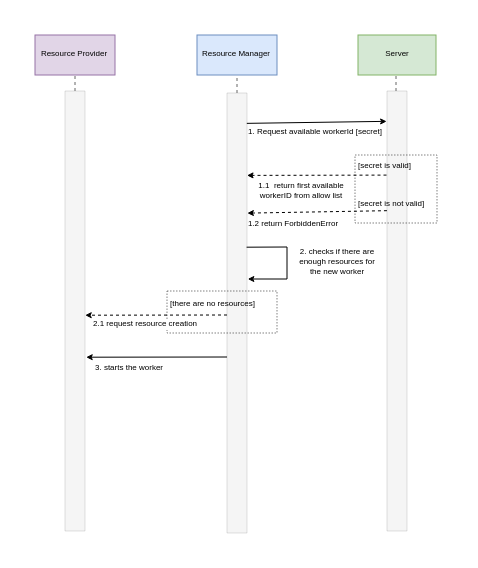
The draw.io diagram page "RESOURCE CREATION" (5 of 6) of Untitled Diagram.drawio in viniciusbds/diagrams, before the edit. Source tidied: cells renumbered, new cells numbered last; positions are measured from the earlier drawing's top-left corner, leaving out a move shared by most shapes. Both pictures are drawn from the tidied source at 200%, with x=0, y=0 at pixel (34, 34).
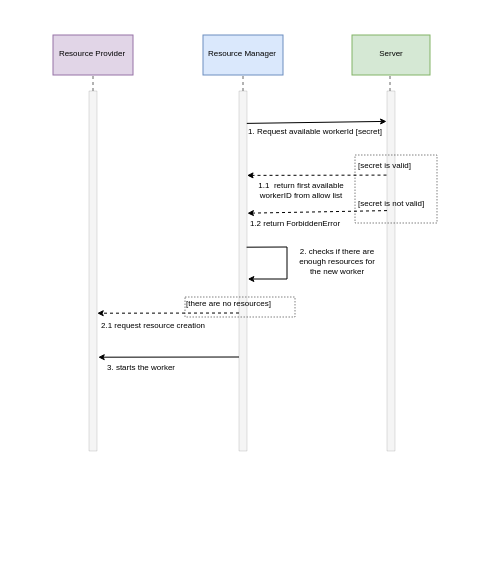
Above is the later version.

Change to the diagram source:
```diff
@@
-    <mxCell id="2" style="edgeStyle=orthogonalEdgeStyle;rounded=0;jettySize=auto;html=1;exitX=0.5;exitY=0;exitDx=0;exitDy=0;endArrow=none;endFill=0;dashed=1;strokeWidth=0.5;fillColor=#f5f5f5;strokeColor=#666666;" parent="1" edge="1" source="3">
-      <mxGeometry relative="1" as="geometry">
-        <mxPoint x="101" y="8" as="targetPoint" />
-      </mxGeometry>
-    </mxCell>
-    <mxCell id="3" style="rounded=0;whiteSpace=wrap;html=1;fillColor=#f5f5f5;fontColor=#333333;strokeColor=#666666;strokeWidth=0;" parent="1" vertex="1">
-      <mxGeometry x="96" y="29" width="10" height="220" as="geometry" />
-    </mxCell>
+    <mxCell id="28" style="rounded=0;whiteSpace=wrap;html=1;fillColor=#f5f5f5;fontColor=#333333;strokeColor=#666666;strokeWidth=0;" parent="1" vertex="1">
+      <mxGeometry x="176" y="28" width="4" height="180" as="geometry" />
+    </mxCell>
+    <mxCell id="29" style="rounded=0;whiteSpace=wrap;html=1;fillColor=#f5f5f5;fontColor=#333333;strokeColor=#666666;strokeWidth=0;" parent="1" vertex="1">
+      <mxGeometry x="102" y="28" width="4" height="180" as="geometry" />
+    </mxCell>
     <mxCell id="4" value="&lt;font style=&quot;font-size: 4px;&quot;&gt;Resource Manager&lt;/font&gt;" style="rounded=0;whiteSpace=wrap;html=1;strokeWidth=0.5;fillColor=#dae8fc;strokeColor=#6c8ebf;fontColor=default;align=center;verticalAlign=middle;spacing=2;fontSize=4;" parent="1" vertex="1">
-      <mxGeometry x="81" width="40" height="20" as="geometry" />
+      <mxGeometry x="84" width="40" height="20" as="geometry" />
     </mxCell>
     <mxCell id="5" value="&lt;font style=&quot;font-size: 4px;&quot;&gt;Server&lt;/font&gt;" style="rounded=0;whiteSpace=wrap;html=1;strokeWidth=0.5;fillColor=#d5e8d4;strokeColor=#82b366;verticalAlign=middle;fontSize=4;" parent="1" vertex="1">
-      <mxGeometry x="161.5" width="39" height="20" as="geometry" />
+      <mxGeometry x="158.5" width="39" height="20" as="geometry" />
     </mxCell>
-    <mxCell id="6" style="edgeStyle=orthogonalEdgeStyle;rounded=0;jettySize=auto;html=1;exitX=0.5;exitY=0;exitDx=0;exitDy=0;endArrow=none;endFill=0;dashed=1;strokeWidth=0.5;fillColor=#f5f5f5;strokeColor=#666666;entryX=0.5;entryY=1;entryDx=0;entryDy=0;" parent="1" edge="1" source="7">
+    <mxCell id="6" style="edgeStyle=orthogonalEdgeStyle;rounded=0;orthogonalLoop=1;jettySize=auto;html=1;exitX=0.5;exitY=0;exitDx=0;exitDy=0;endArrow=none;endFill=0;dashed=1;strokeWidth=0.5;fillColor=#f5f5f5;strokeColor=#666666;entryX=0.5;entryY=1;entryDx=0;entryDy=0;" parent="1" edge="1">
       <mxGeometry relative="1" as="geometry">
-        <mxPoint x="180.5" y="20" as="targetPoint" />
+        <mxPoint x="178" y="28" as="sourcePoint" />
+        <mxPoint x="177.5" y="20" as="targetPoint" />
         <Array as="points">
-          <mxPoint x="181" y="20" />
+          <mxPoint x="178" y="20" />
         </Array>
       </mxGeometry>
     </mxCell>
-    <mxCell id="7" style="rounded=0;whiteSpace=wrap;html=1;fillColor=#f5f5f5;fontColor=#333333;strokeColor=#666666;strokeWidth=0;" parent="1" vertex="1">
-      <mxGeometry x="176" y="28" width="10" height="220" as="geometry" />
-    </mxCell>
-    <mxCell id="8" style="endArrow=classic;html=1;rounded=0;fontSize=6;fontColor=#FFFFFF;strokeWidth=0.5;exitX=0.991;exitY=0.069;exitDx=0;exitDy=0;exitPerimeter=0;entryX=-0.019;entryY=0.069;entryDx=0;entryDy=0;entryPerimeter=0;endSize=2;" parent="1" edge="1" source="3" target="7">
-      <mxGeometry relative="1" as="geometry" />
+    <mxCell id="8" style="endArrow=classic;html=1;rounded=0;fontSize=6;fontColor=#FFFFFF;strokeWidth=0.5;exitX=0.991;exitY=0.069;exitDx=0;exitDy=0;exitPerimeter=0;entryX=-0.019;entryY=0.069;entryDx=0;entryDy=0;entryPerimeter=0;endSize=2;" parent="1" edge="1">
+      <mxGeometry relative="1" as="geometry">
+        <mxPoint x="105.9" y="44.2" as="sourcePoint" />
+        <mxPoint x="175.8" y="43.2" as="targetPoint" />
+      </mxGeometry>
     </mxCell>
@@
-    <mxCell id="10" style="edgeStyle=orthogonalEdgeStyle;rounded=0;jettySize=auto;html=1;exitX=0.5;exitY=0;exitDx=0;exitDy=0;endArrow=none;endFill=0;dashed=1;strokeWidth=0.5;fillColor=#f5f5f5;strokeColor=#666666;" parent="1" edge="1" source="11">
+    <mxCell id="10" style="edgeStyle=orthogonalEdgeStyle;rounded=0;jettySize=auto;html=1;exitX=0.5;exitY=0;exitDx=0;exitDy=0;endArrow=none;endFill=0;dashed=1;strokeWidth=0.5;fillColor=#f5f5f5;strokeColor=#666666;entryX=0.5;entryY=1;entryDx=0;entryDy=0;" parent="1" edge="1" source="11" target="12">
       <mxGeometry relative="1" as="geometry">
-        <mxPoint x="20" y="8" as="targetPoint" />
+        <Array as="points">
+          <mxPoint x="29" y="28" />
+        </Array>
       </mxGeometry>
     </mxCell>
     <mxCell id="11" style="rounded=0;whiteSpace=wrap;html=1;fillColor=#f5f5f5;fontColor=#333333;strokeColor=#666666;strokeWidth=0;" parent="1" vertex="1">
-      <mxGeometry x="15" y="28" width="10" height="220" as="geometry" />
+      <mxGeometry x="27" y="28" width="4" height="180" as="geometry" />
     </mxCell>
     <mxCell id="12" value="&lt;font style=&quot;font-size: 4px;&quot;&gt;Resource Provider&lt;/font&gt;" style="rounded=0;whiteSpace=wrap;html=1;strokeWidth=0.5;fillColor=#e1d5e7;strokeColor=#9673a6;align=center;verticalAlign=middle;spacing=2;fontSize=4;" parent="1" vertex="1">
-      <mxGeometry width="40" height="20" as="geometry" />
+      <mxGeometry x="9" width="40" height="20" as="geometry" />
     </mxCell>
@@
-    <mxCell id="18" style="endArrow=classic;html=1;rounded=0;fontSize=4;fontColor=#000000;endSize=2;strokeWidth=0.5;entryX=1.018;entryY=0.273;entryDx=0;entryDy=0;entryPerimeter=0;dashed=1;exitX=-0.003;exitY=0.272;exitDx=0;exitDy=0;exitPerimeter=0;" parent="1" edge="1" source="7" target="3">
-      <mxGeometry relative="1" as="geometry" />
+    <mxCell id="18" style="endArrow=classic;html=1;rounded=0;fontSize=4;fontColor=#000000;endSize=2;strokeWidth=0.5;entryX=1.018;entryY=0.273;entryDx=0;entryDy=0;entryPerimeter=0;dashed=1;exitX=-0.003;exitY=0.272;exitDx=0;exitDy=0;exitPerimeter=0;" parent="1" edge="1">
+      <mxGeometry relative="1" as="geometry">
+        <mxPoint x="176" y="87.8" as="sourcePoint" />
+        <mxPoint x="106.2" y="89.1" as="targetPoint" />
+      </mxGeometry>
     </mxCell>
@@
     <mxCell id="20" style="rounded=0;whiteSpace=wrap;html=1;shadow=0;glass=0;dashed=1;sketch=0;fontSize=4;fontColor=#000000;strokeWidth=0.25;gradientColor=none;fillColor=none;" parent="1" vertex="1">
-      <mxGeometry x="66" y="128" width="55" height="21" as="geometry" />
+      <mxGeometry x="75" y="131" width="55" height="10" as="geometry" />
     </mxCell>
-    <mxCell id="21" value="[there are no resources]" style="text;html=1;strokeColor=none;fillColor=none;align=left;verticalAlign=middle;whiteSpace=wrap;rounded=0;shadow=0;glass=0;dashed=1;sketch=0;fontSize=4;fontColor=#000000;" parent="1" vertex="1">
-      <mxGeometry x="66" y="130" width="45" height="10" as="geometry" />
-    </mxCell>
     <mxCell id="22" style="endArrow=classic;html=1;rounded=0;fontSize=4;fontColor=#000000;endSize=2;strokeWidth=0.5;exitX=0.001;exitY=0.173;exitDx=0;exitDy=0;exitPerimeter=0;dashed=1;entryX=1.013;entryY=0.546;entryDx=0;entryDy=0;entryPerimeter=0;" parent="1" edge="1">
       <mxGeometry relative="1" as="geometry">
-        <mxPoint x="96" y="140" as="sourcePoint" />
-        <mxPoint x="25.1" y="140.1" as="targetPoint" />
+        <mxPoint x="102" y="139" as="sourcePoint" />
+        <mxPoint x="31.1" y="139.1" as="targetPoint" />
       </mxGeometry>
     </mxCell>
     <mxCell id="23" value="2.1 request resource creation" style="edgeLabel;html=1;align=center;verticalAlign=middle;fontSize=4;fontColor=#000000;" parent="22" vertex="1">
       <mxGeometry x="0.76" relative="1" as="geometry">
-        <mxPoint x="20" y="4" as="offset" />
+        <mxPoint x="18" y="6" as="offset" />
       </mxGeometry>
     </mxCell>
+    <mxCell id="21" value="[there are no resources]" style="text;html=1;strokeColor=none;fillColor=none;align=left;verticalAlign=middle;whiteSpace=wrap;rounded=0;shadow=0;glass=0;dashed=1;sketch=0;fontSize=4;fontColor=#000000;" parent="1" vertex="1">
+      <mxGeometry x="74" y="130" width="45" height="10" as="geometry" />
+    </mxCell>
     <mxCell id="24" style="endArrow=classic;html=1;rounded=0;fontSize=6;fontColor=#FFFFFF;strokeWidth=0.5;exitX=0.991;exitY=0.069;exitDx=0;exitDy=0;exitPerimeter=0;entryX=1.058;entryY=0.364;entryDx=0;entryDy=0;entryPerimeter=0;endSize=2;" parent="1" edge="1">
       <mxGeometry relative="1" as="geometry">
-        <mxPoint x="96" y="161" as="sourcePoint" />
-        <mxPoint x="25.6" y="161.1" as="targetPoint" />
+        <mxPoint x="102" y="161" as="sourcePoint" />
+        <mxPoint x="31.6" y="161.1" as="targetPoint" />
       </mxGeometry>
     </mxCell>
@@
+    <mxCell id="30" style="edgeStyle=orthogonalEdgeStyle;rounded=0;orthogonalLoop=1;jettySize=auto;html=1;exitX=0.5;exitY=0;exitDx=0;exitDy=0;endArrow=none;endFill=0;dashed=1;strokeWidth=0.5;fillColor=#f5f5f5;strokeColor=#666666;entryX=0.5;entryY=1;entryDx=0;entryDy=0;" parent="1" edge="1">
+      <mxGeometry relative="1" as="geometry">
+        <mxPoint x="104" y="28" as="sourcePoint" />
+        <mxPoint x="104" y="20" as="targetPoint" />
+        <Array as="points">
+          <mxPoint x="104" y="28" />
+        </Array>
+      </mxGeometry>
+    </mxCell>
```
